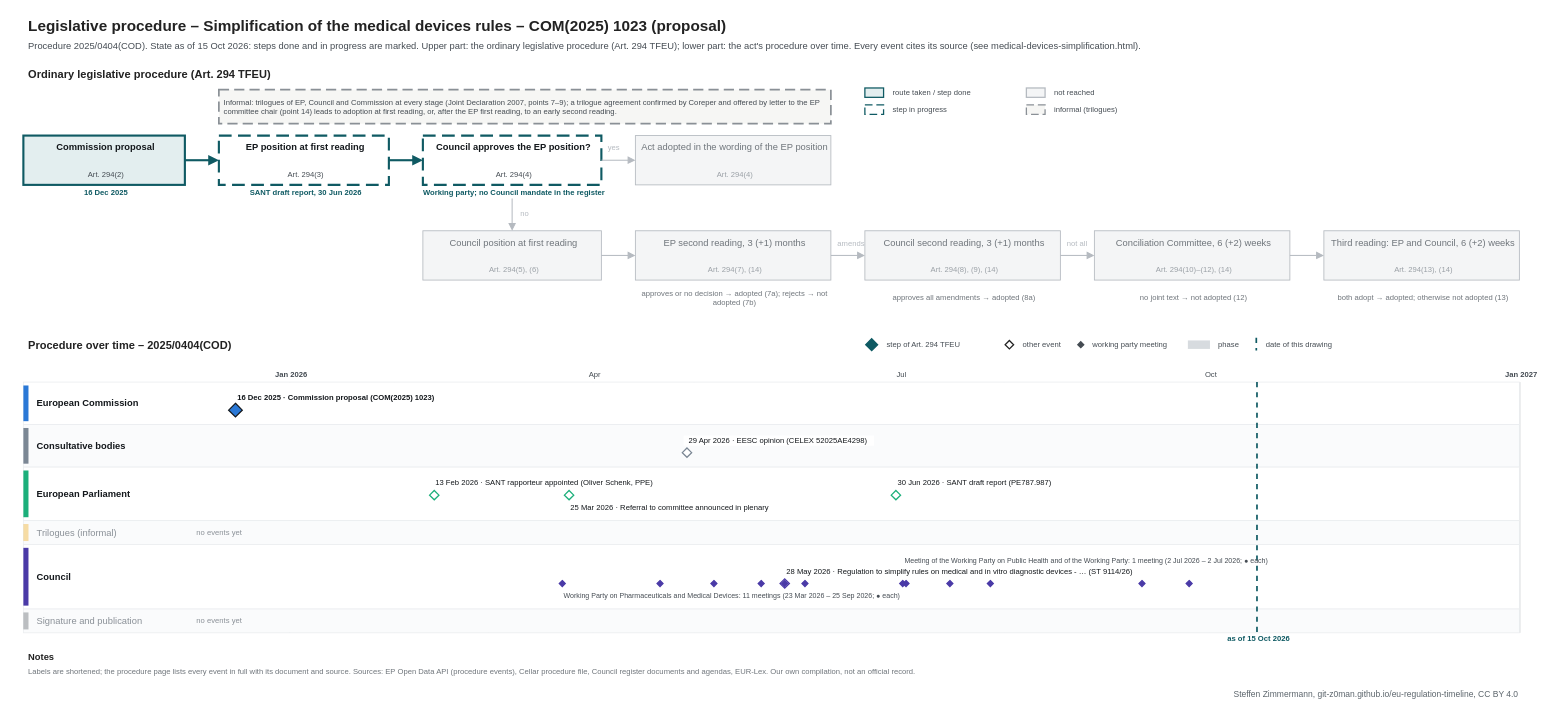
Earlier version of the draw.io diagram procedures/medical-devices-simplification.drawio (git-z0man/eu-regulation-timeline). Source tidied: cells renumbered, new cells numbered last; positions are measured from the earlier drawing's top-left corner, leaving out a move shared by most shapes. Both pictures are drawn from the tidied source at 85%, with x=0, y=0 at pixel (14, 14).
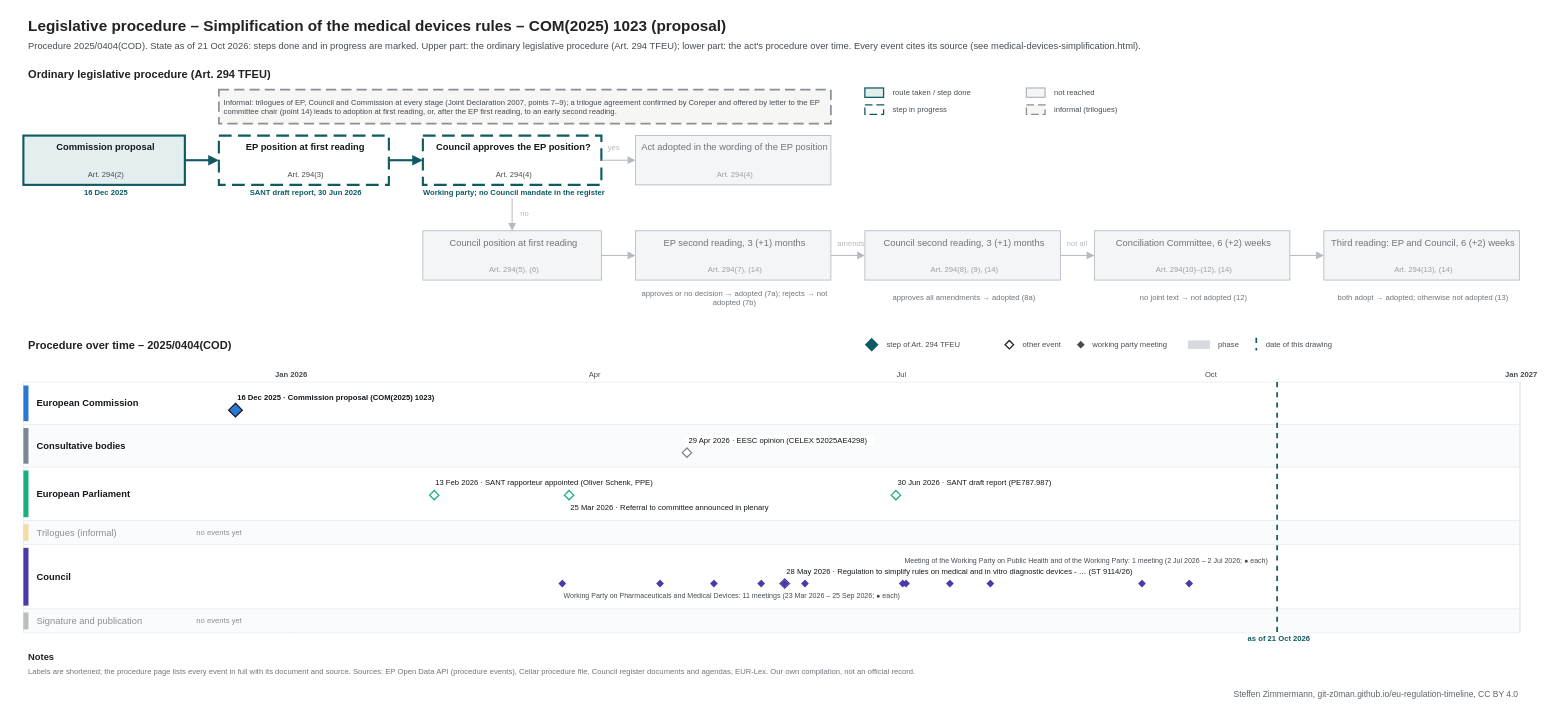
After the change.

The edit, as a diff of the source:
```diff
@@
-    <mxCell id="3" value="Procedure 2025/0404(COD). State as of 15 Oct 2026: steps done and in progress are marked. Upper part: the ordinary legislative procedure (Art. 294 TFEU); lower part: the act's procedure over time. Every event cites its source (see medical-devices-simplification.html)." style="text;html=1;fontSize=11;fontColor=#454c53;align=left;verticalAlign=middle;spacingLeft=4;" parent="1" vertex="1">
+    <mxCell id="3" value="Procedure 2025/0404(COD). State as of 21 Oct 2026: steps done and in progress are marked. Upper part: the ordinary legislative procedure (Art. 294 TFEU); lower part: the act's procedure over time. Every event cites its source (see medical-devices-simplification.html)." style="text;html=1;fontSize=11;fontColor=#454c53;align=left;verticalAlign=middle;spacingLeft=4;" parent="1" vertex="1">
       <mxGeometry x="10" y="28" width="1700" height="18" as="geometry" />
     </mxCell>
@@
     <mxCell id="111" style="line;html=1;strokeWidth=2;strokeColor=#0f5a63;direction=south;dashed=1;" parent="1" vertex="1">
-      <mxGeometry x="1460.8" y="432" width="1" height="295" as="geometry" />
+      <mxGeometry x="1484.5" y="432" width="1" height="295" as="geometry" />
     </mxCell>
-    <mxCell id="112" value="as of 15 Oct 2026" style="text;html=1;fontSize=9;fontColor=#0f5a63;align=center;verticalAlign=middle;spacingLeft=4;fontStyle=1;" parent="1" vertex="1">
-      <mxGeometry x="1400.8" y="728" width="120" height="12" as="geometry" />
+    <mxCell id="112" value="as of 21 Oct 2026" style="text;html=1;fontSize=9;fontColor=#0f5a63;align=center;verticalAlign=middle;spacingLeft=4;fontStyle=1;" parent="1" vertex="1">
+      <mxGeometry x="1424.5" y="728" width="120" height="12" as="geometry" />
     </mxCell>
```
